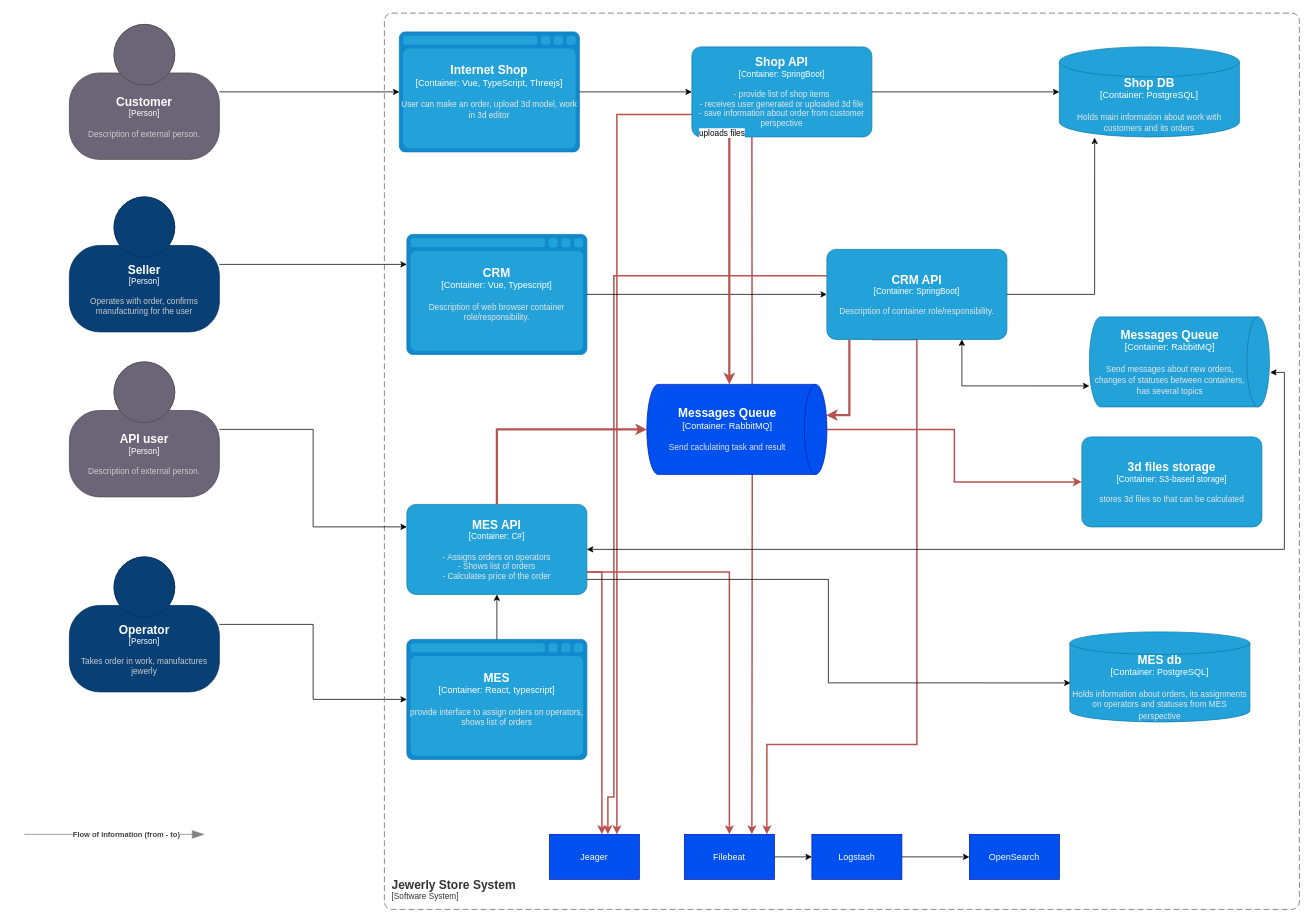
Above: Task3/jewerly_c4_model.drawio in OlgaLotka/architecture-pro-alexandrite (draw.io), before the change. Source tidied: cells renumbered, new cells numbered last; positions are measured from the earlier drawing's top-left corner, leaving out a move shared by most shapes. Both pictures are drawn from the tidied source at 75%, with x=0, y=0 at pixel (24, 13).
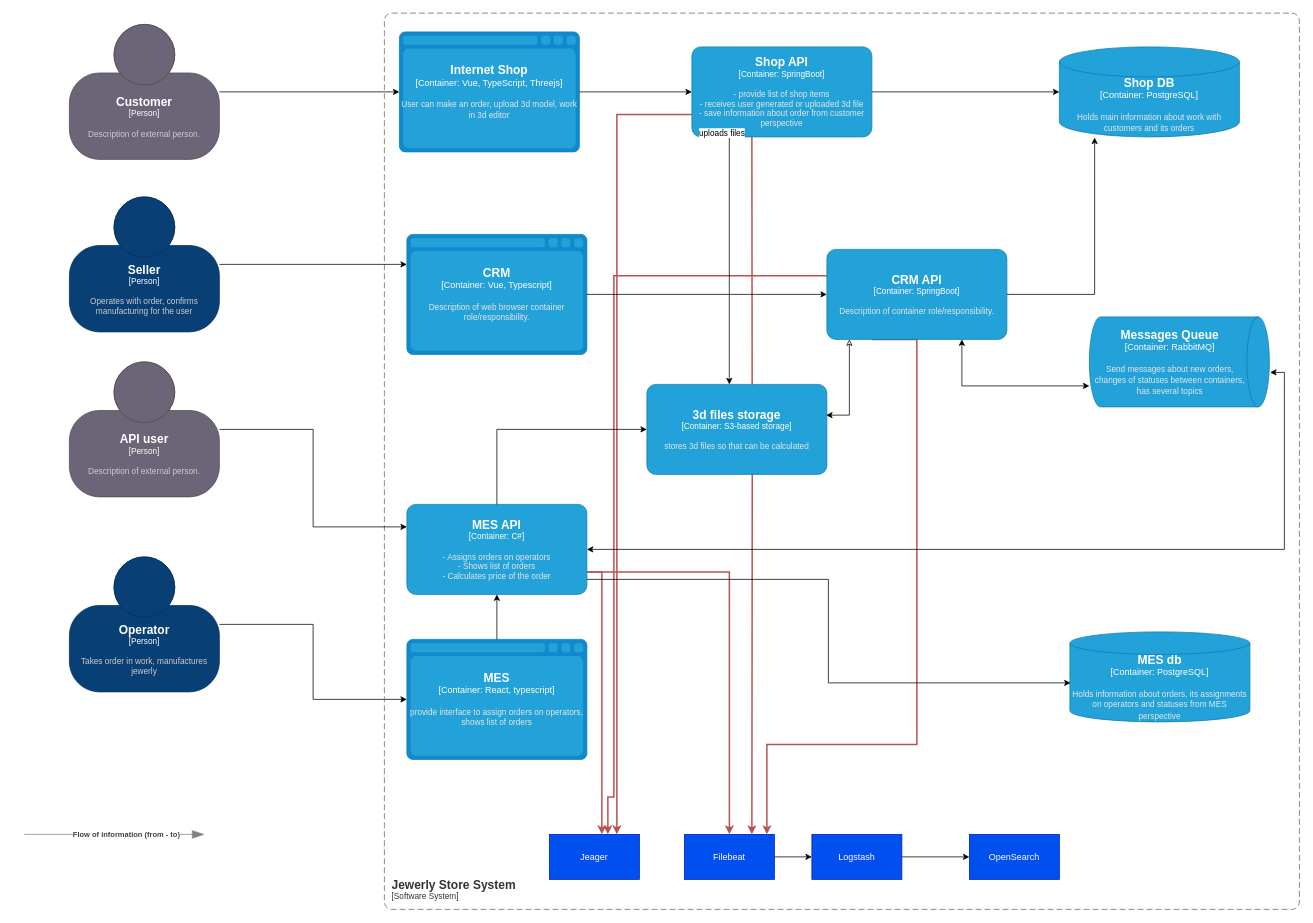
Above is the later version.

Unchanged cells that the change refers to:
```xml
<object id="4" label="&lt;font style=&quot;font-size: 16px&quot;&gt;&lt;b&gt;%c4Name%&lt;/b&gt;&lt;/font&gt;&lt;div&gt;[%c4Type%: %c4Technology%]&lt;/div&gt;&lt;br&gt;&lt;div&gt;&lt;font style=&quot;font-size: 11px&quot;&gt;&lt;font color=&quot;#E6E6E6&quot;&gt;%c4Description%&lt;/font&gt;&lt;/div&gt;" c4Description="- Assigns orders on operators&#10;- Shows list of orders&#10;- Calculates price of the order" c4Name="MES API" c4Technology="C#" c4Type="Container" placeholders="1">
  <mxCell style="rounded=1;whiteSpace=wrap;html=1;fontSize=11;labelBackgroundColor=none;fillColor=#23A2D9;fontColor=#ffffff;align=center;arcSize=10;strokeColor=#0E7DAD;points=[[0.25,0,0],[0.5,0,0],[0.75,0,0],[1,0.25,0],[1,0.5,0],[1,0.75,0],[0.75,1,0],[0.5,1,0],[0.25,1,0],[0,0.75,0],[0,0.5,0],[0,0.25,0]];" parent="1" vertex="1">
    <mxGeometry x="510" y="655" width="240" height="120" as="geometry" />
  </mxCell>
</object>
<object id="14" label="&lt;font style=&quot;font-size: 16px&quot;&gt;&lt;b&gt;%c4Name%&lt;/b&gt;&lt;/font&gt;&lt;div&gt;[%c4Type%: %c4Technology%]&lt;/div&gt;&lt;br&gt;&lt;div&gt;&lt;font style=&quot;font-size: 11px&quot;&gt;&lt;font color=&quot;#E6E6E6&quot;&gt;%c4Description%&lt;/font&gt;&lt;/div&gt;" c4Description="- provide list of shop items&#10;- receives user generated or uploaded 3d file&#10;- save information about order from customer perspective&#10;" c4Name="Shop API" c4Technology="SpringBoot" c4Type="Container" placeholders="1">
  <mxCell style="rounded=1;whiteSpace=wrap;html=1;fontSize=11;labelBackgroundColor=none;fillColor=#23A2D9;fontColor=#ffffff;align=center;arcSize=10;strokeColor=#0E7DAD;points=[[0.25,0,0],[0.5,0,0],[0.75,0,0],[1,0.25,0],[1,0.5,0],[1,0.75,0],[0.75,1,0],[0.5,1,0],[0.25,1,0],[0,0.75,0],[0,0.5,0],[0,0.25,0]];" parent="1" vertex="1">
    <mxGeometry x="890" y="45" width="240" height="120" as="geometry" />
  </mxCell>
</object>
<object id="18" label="&lt;font style=&quot;font-size: 16px&quot;&gt;&lt;b&gt;%c4Name%&lt;/b&gt;&lt;/font&gt;&lt;div&gt;[%c4Type%: %c4Technology%]&lt;/div&gt;&lt;br&gt;&lt;div&gt;&lt;font style=&quot;font-size: 11px&quot;&gt;&lt;font color=&quot;#E6E6E6&quot;&gt;%c4Description%&lt;/font&gt;&lt;/div&gt;" c4Description="Description of container role/responsibility." c4Name="CRM API" c4Technology="SpringBoot" c4Type="Container" placeholders="1">
  <mxCell style="rounded=1;whiteSpace=wrap;html=1;fontSize=11;labelBackgroundColor=none;fillColor=#23A2D9;fontColor=#ffffff;align=center;arcSize=10;strokeColor=#0E7DAD;points=[[0.25,0,0],[0.5,0,0],[0.75,0,0],[1,0.25,0],[1,0.5,0],[1,0.75,0],[0.75,1,0],[0.5,1,0],[0.25,1,0],[0,0.75,0],[0,0.5,0],[0,0.25,0]];" parent="1" vertex="1">
    <mxGeometry x="1070" y="315" width="240" height="120" as="geometry" />
  </mxCell>
</object>
```

The edit, as a diff of the source:
```diff
@@
-    <mxCell id="30" style="edgeStyle=orthogonalEdgeStyle;rounded=0;jettySize=auto;html=1;startArrow=classic;startFill=1;endArrow=none;endFill=0;exitX=0.342;exitY=0.004;exitDx=0;exitDy=0;exitPerimeter=0;fillColor=#f8cecc;strokeColor=#b85450;strokeWidth=3;" parent="1" edge="1" source="41" target="18">
+    <mxCell id="30" style="edgeStyle=orthogonalEdgeStyle;rounded=0;jettySize=auto;html=1;startArrow=classic;startFill=1;endArrow=classic;endFill=0;exitX=0.342;exitY=0.004;exitDx=0;exitDy=0;exitPerimeter=0;fillColor=#f8cecc;strokeColor=default;strokeWidth=1;align=center;verticalAlign=middle;fontFamily=Helvetica;fontSize=11;fontColor=default;labelBackgroundColor=default;" parent="1" edge="1" target="18">
       <mxGeometry relative="1" as="geometry">
+        <mxPoint x="1069" y="536" as="sourcePoint" />
         <Array as="points">
           <mxPoint x="1100" y="536" />
         </Array>
       </mxGeometry>
     </mxCell>
     <object id="31" label="&lt;font style=&quot;font-size: 16px&quot;&gt;&lt;b&gt;%c4Name%&lt;/b&gt;&lt;/font&gt;&lt;div&gt;[%c4Type%: %c4Technology%]&lt;/div&gt;&lt;br&gt;&lt;div&gt;&lt;font style=&quot;font-size: 11px&quot;&gt;&lt;font color=&quot;#E6E6E6&quot;&gt;%c4Description%&lt;/font&gt;&lt;/div&gt;" c4Description="stores 3d files so that can be calculated" c4Name="3d files storage" c4Technology="S3-based storage" c4Type="Container" placeholders="1">
       <mxCell style="rounded=1;whiteSpace=wrap;html=1;fontSize=11;labelBackgroundColor=none;fillColor=#23A2D9;fontColor=#ffffff;align=center;arcSize=10;strokeColor=#0E7DAD;points=[[0.25,0,0],[0.5,0,0],[0.75,0,0],[1,0.25,0],[1,0.5,0],[1,0.75,0],[0.75,1,0],[0.5,1,0],[0.25,1,0],[0,0.75,0],[0,0.5,0],[0,0.25,0]];" parent="1" vertex="1">
-        <mxGeometry x="1410" y="565" width="240" height="120" as="geometry" />
+        <mxGeometry x="830" y="495" width="240" height="120" as="geometry" />
       </mxCell>
     </object>
-    <mxCell id="32" style="edgeStyle=orthogonalEdgeStyle;rounded=0;jettySize=auto;html=1;fillColor=#f8cecc;strokeColor=#b85450;strokeWidth=3;" parent="1" edge="1" source="4">
+    <mxCell id="32" style="edgeStyle=orthogonalEdgeStyle;rounded=0;jettySize=auto;html=1;fillColor=#f8cecc;strokeColor=default;strokeWidth=1;align=center;verticalAlign=middle;fontFamily=Helvetica;fontSize=11;fontColor=default;labelBackgroundColor=default;endArrow=classic;" parent="1" edge="1" source="4">
       <mxGeometry relative="1" as="geometry">
         <mxPoint x="830" y="555" as="targetPoint" />
         <Array as="points">
           <mxPoint x="630" y="555" />
         </Array>
       </mxGeometry>
     </mxCell>
-    <mxCell id="33" style="edgeStyle=orthogonalEdgeStyle;rounded=0;jettySize=auto;html=1;exitX=0.25;exitY=1;exitDx=0;exitDy=0;exitPerimeter=0;fillColor=#f8cecc;strokeColor=#b85450;strokeWidth=3;entryX=0;entryY=0.542;entryDx=0;entryDy=0;entryPerimeter=0;" parent="1" edge="1" source="14" target="41">
+    <mxCell id="33" style="edgeStyle=orthogonalEdgeStyle;rounded=0;jettySize=auto;html=1;exitX=0.25;exitY=1;exitDx=0;exitDy=0;exitPerimeter=0;fillColor=#f8cecc;strokeColor=default;strokeWidth=1;entryX=0;entryY=0.542;entryDx=0;entryDy=0;entryPerimeter=0;align=center;verticalAlign=middle;fontFamily=Helvetica;fontSize=11;fontColor=default;labelBackgroundColor=default;endArrow=classic;" parent="1" edge="1" source="14">
       <mxGeometry relative="1" as="geometry">
+        <mxPoint x="939.9" y="495" as="targetPoint" />
         <Array as="points">
           <mxPoint x="940" y="165" />
         </Array>
       </mxGeometry>
     </mxCell>
-    <mxCell id="34" value="uploads files" style="edgeLabel;html=1;align=center;verticalAlign=middle;" parent="33" vertex="1">
+    <mxCell id="34" value="uploads files" style="edgeLabel;html=1;align=center;verticalAlign=middle;rounded=0;strokeColor=default;fontFamily=Helvetica;fontSize=11;fontColor=default;labelBackgroundColor=default;" parent="33" vertex="1">
       <mxGeometry x="-0.37" y="-2" relative="1" as="geometry">
         <mxPoint x="-8" y="-102" as="offset" />
       </mxGeometry>
     </mxCell>
@@
-    <mxCell id="40" style="edgeStyle=orthogonalEdgeStyle;rounded=0;jettySize=auto;html=1;fillColor=#f8cecc;strokeColor=#b85450;strokeWidth=2;" parent="1" edge="1" source="41" target="31">
-      <mxGeometry relative="1" as="geometry" />
-    </mxCell>
-    <object id="41" label="&lt;font style=&quot;font-size: 16px&quot;&gt;&lt;b&gt;%c4Name%&lt;/b&gt;&lt;/font&gt;&lt;div&gt;[%c4Type%:&amp;nbsp;%c4Technology%]&lt;/div&gt;&lt;br&gt;&lt;div&gt;&lt;font style=&quot;font-size: 11px&quot;&gt;&lt;font color=&quot;#E6E6E6&quot;&gt;%c4Description%&lt;/font&gt;&lt;/div&gt;" c4Description="Send caclulating task and result" c4Name="Messages Queue" c4Technology="RabbitMQ" c4Type="Container" placeholders="1">
-      <mxCell style="shape=cylinder3;size=15;direction=south;whiteSpace=wrap;html=1;boundedLbl=1;rounded=0;labelBackgroundColor=none;fillColor=#0050ef;fontSize=12;align=center;strokeColor=#001DBC;points=[[0.5,0,0],[1,0.25,0],[1,0.5,0],[1,0.75,0],[0.5,1,0],[0,0.75,0],[0,0.5,0],[0,0.25,0]];fontColor=#ffffff;" parent="1" vertex="1">
-        <mxGeometry x="830" y="495" width="240" height="120" as="geometry" />
-      </mxCell>
-    </object>
```
